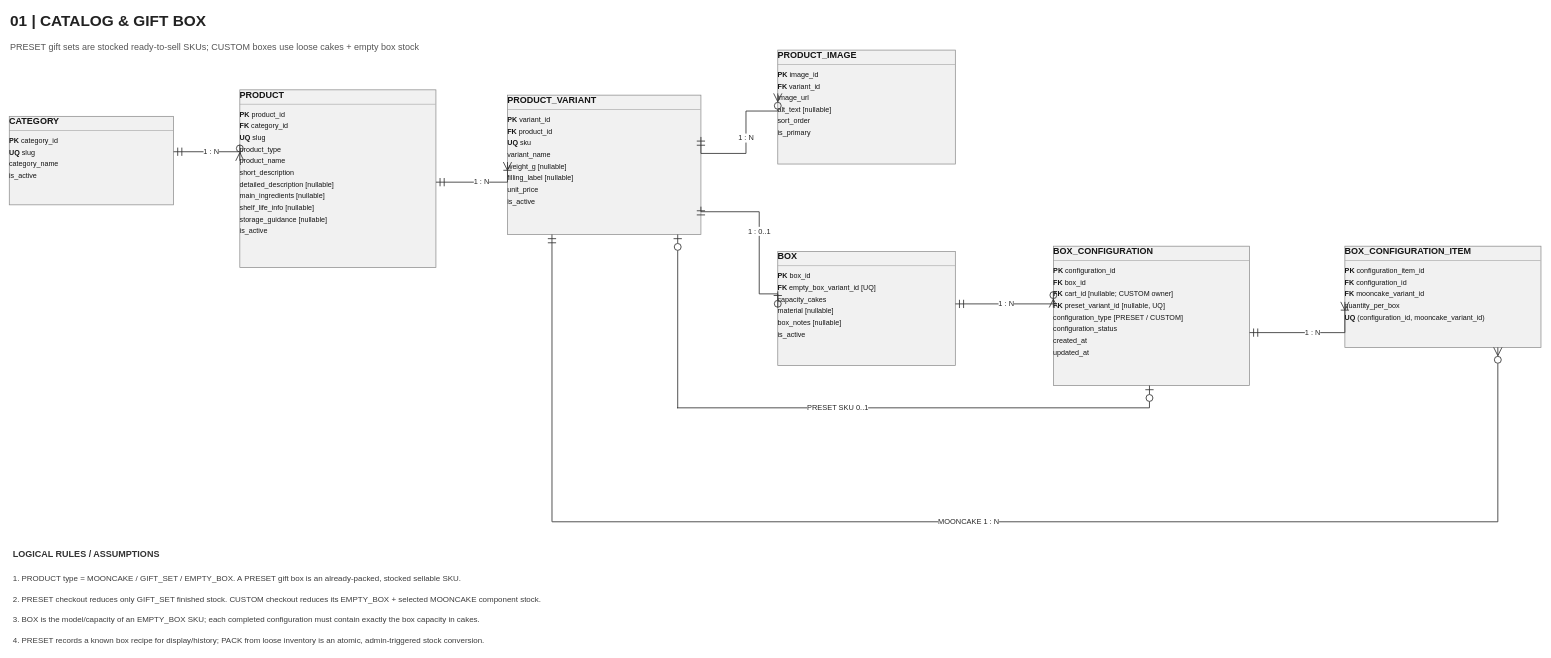
Before: page "01 - CATALOG & GIFT BOX (V5 FINAL MVP)" (1 of 5) of docs/MoonCake_Logical_V5 (1).drawio in YingKai0621/MoonCake_HSF302_Project, a draw.io diagram. Source tidied: cells renumbered, new cells numbered last; positions are measured from the earlier drawing's top-left corner, leaving out a move shared by most shapes. Both pictures are drawn from the tidied source at 53%, with x=0, y=0 at pixel (9, 9).
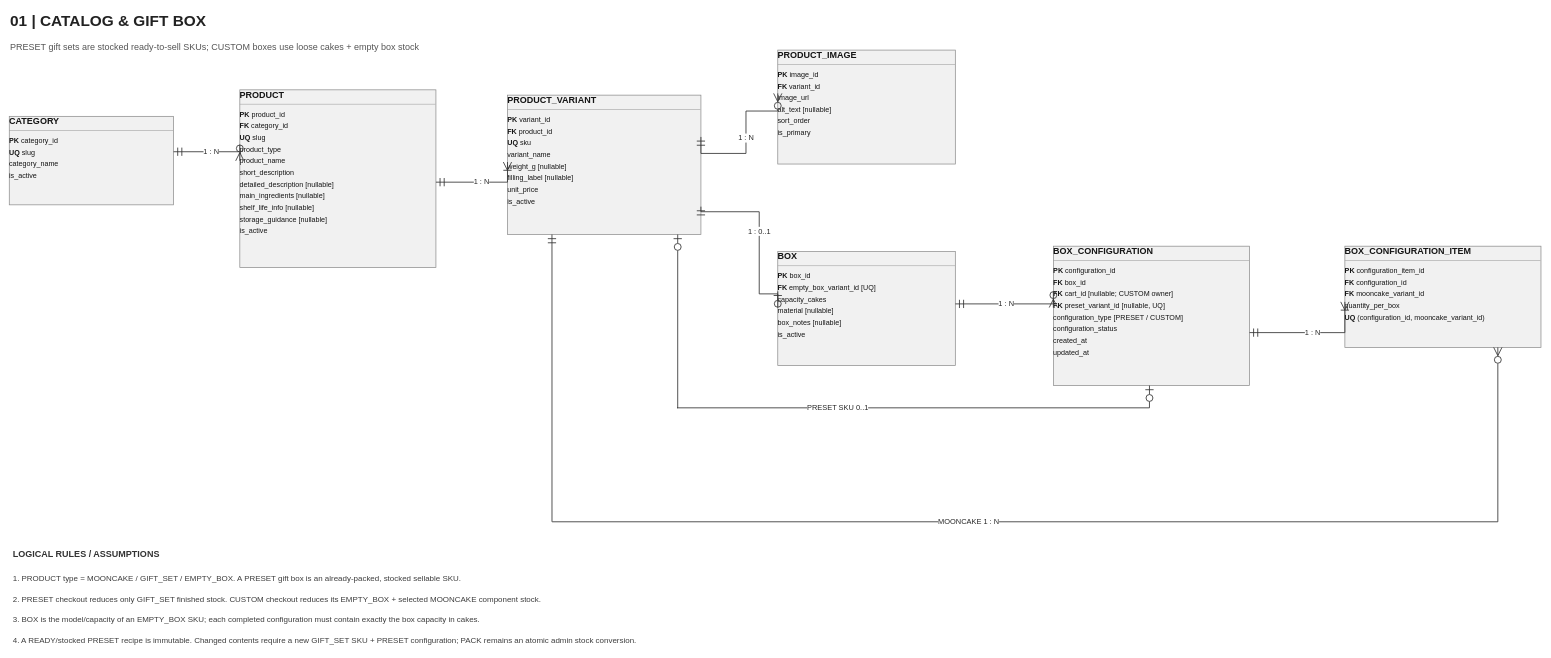
The same diagram, later.

Change to the diagram source:
```diff
@@
-    <mxCell id="23" value="4. PRESET records a known box recipe for display/history; PACK from loose inventory is an atomic, admin-triggered stock conversion." style="text;html=1;align=left;verticalAlign=middle;whiteSpace=wrap;strokeColor=none;fillColor=none;fontFamily=Arial;fontColor=#3d3d3d;fontSize=15;" parent="1" vertex="1">
+    <mxCell id="23" value="4. A READY/stocked PRESET recipe is immutable. Changed contents require a new GIFT_SET SKU + PRESET configuration; PACK remains an atomic admin stock conversion." style="text;html=1;align=left;verticalAlign=middle;whiteSpace=wrap;strokeColor=none;fillColor=none;fontFamily=Arial;fontColor=#3d3d3d;fontSize=15;" parent="1" vertex="1">
       <mxGeometry x="5" y="1172" width="2880" height="36" as="geometry" />
     </mxCell>
```
